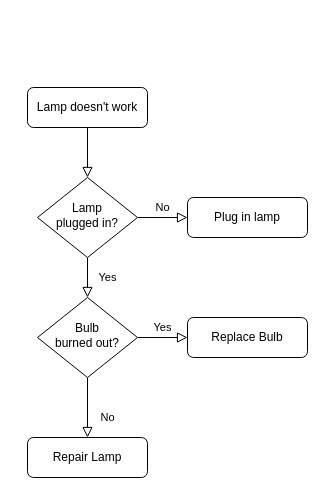
Before: Untitled Diagram.drawio in abdullahmiraz/c-sharp-diagrams, a draw.io diagram. Source tidied: cells renumbered, new cells numbered last; positions are measured from the earlier drawing's top-left corner, leaving out a move shared by most shapes. Both pictures are drawn from the tidied source at 100%, with x=0, y=0 at pixel (27, 87).
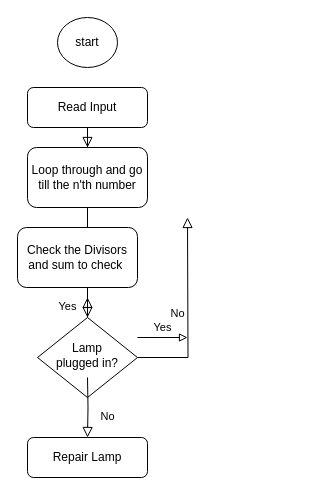
The same page after the edit.

Change to the diagram source:
```diff
@@
 <mxGraphModel>
   <root>
     <mxCell id="0" />
     <mxCell id="1" parent="0" />
-    <mxCell id="2" style="rounded=0;html=1;jettySize=auto;fontSize=11;endArrow=block;endFill=0;endSize=8;strokeWidth=1;shadow=0;labelBackgroundColor=none;edgeStyle=orthogonalEdgeStyle;" parent="1" edge="1" source="3" target="6">
+    <mxCell id="2" style="rounded=0;html=1;jettySize=auto;fontSize=11;endArrow=block;endFill=0;endSize=8;strokeWidth=1;shadow=0;labelBackgroundColor=none;edgeStyle=orthogonalEdgeStyle;" parent="1" edge="1" source="16" target="6">
       <mxGeometry relative="1" as="geometry" />
     </mxCell>
-    <mxCell id="3" value="Lamp doesn't work" style="rounded=1;whiteSpace=wrap;html=1;fontSize=12;glass=0;strokeWidth=1;shadow=0;" parent="1" vertex="1">
+    <mxCell id="3" value="Read Input" style="rounded=1;whiteSpace=wrap;html=1;fontSize=12;glass=0;strokeWidth=1;shadow=0;" parent="1" vertex="1">
       <mxGeometry width="120" height="40" as="geometry" />
     </mxCell>
-    <mxCell id="4" value="Yes" style="rounded=0;html=1;jettySize=auto;fontSize=11;endArrow=block;endFill=0;endSize=8;strokeWidth=1;shadow=0;labelBackgroundColor=none;edgeStyle=orthogonalEdgeStyle;" parent="1" edge="1" source="6" target="10">
-      <mxGeometry y="20" relative="1" as="geometry" />
+    <mxCell id="4" value="Yes" style="rounded=0;html=1;jettySize=auto;fontSize=11;endArrow=block;endFill=0;endSize=8;strokeWidth=1;shadow=0;labelBackgroundColor=none;edgeStyle=orthogonalEdgeStyle;" parent="1" edge="1" source="6">
+      <mxGeometry y="20" relative="1" as="geometry">
+        <mxPoint x="60" y="210" as="targetPoint" />
+      </mxGeometry>
     </mxCell>
-    <mxCell id="5" value="No" style="edgeStyle=orthogonalEdgeStyle;rounded=0;html=1;jettySize=auto;fontSize=11;endArrow=block;endFill=0;endSize=8;strokeWidth=1;shadow=0;labelBackgroundColor=none;" parent="1" edge="1" source="6" target="7">
-      <mxGeometry y="10" relative="1" as="geometry" />
+    <mxCell id="5" value="No" style="edgeStyle=orthogonalEdgeStyle;rounded=0;html=1;jettySize=auto;fontSize=11;endArrow=block;endFill=0;endSize=8;strokeWidth=1;shadow=0;labelBackgroundColor=none;" parent="1" edge="1" source="6">
+      <mxGeometry y="10" relative="1" as="geometry">
+        <mxPoint x="160" y="130" as="targetPoint" />
+      </mxGeometry>
     </mxCell>
     <mxCell id="6" value="Lamp&lt;br&gt;plugged in?" style="rhombus;whiteSpace=wrap;html=1;shadow=0;fontFamily=Helvetica;fontSize=12;align=center;strokeWidth=1;spacing=6;spacingTop=-4;" parent="1" vertex="1">
-      <mxGeometry x="10" y="90" width="100" height="80" as="geometry" />
+      <mxGeometry x="10" y="230" width="100" height="80" as="geometry" />
     </mxCell>
-    <mxCell id="7" value="Plug in lamp" style="rounded=1;whiteSpace=wrap;html=1;fontSize=12;glass=0;strokeWidth=1;shadow=0;" parent="1" vertex="1">
-      <mxGeometry x="160" y="110" width="120" height="40" as="geometry" />
-    </mxCell>
-    <mxCell id="8" value="No" style="rounded=0;html=1;jettySize=auto;fontSize=11;endArrow=block;endFill=0;endSize=8;strokeWidth=1;shadow=0;labelBackgroundColor=none;edgeStyle=orthogonalEdgeStyle;" parent="1" edge="1" source="10" target="11">
-      <mxGeometry x="0.33" y="20" relative="1" as="geometry" />
+    <mxCell id="8" value="No" style="rounded=0;html=1;jettySize=auto;fontSize=11;endArrow=block;endFill=0;endSize=8;strokeWidth=1;shadow=0;labelBackgroundColor=none;edgeStyle=orthogonalEdgeStyle;" parent="1" edge="1" target="11">
+      <mxGeometry x="0.33" y="20" relative="1" as="geometry">
+        <mxPoint x="60" y="290" as="sourcePoint" />
+      </mxGeometry>
     </mxCell>
-    <mxCell id="9" value="Yes" style="edgeStyle=orthogonalEdgeStyle;rounded=0;html=1;jettySize=auto;fontSize=11;endArrow=block;endFill=0;endSize=8;strokeWidth=1;shadow=0;labelBackgroundColor=none;" parent="1" edge="1" source="10" target="12">
-      <mxGeometry y="10" relative="1" as="geometry" />
+    <mxCell id="9" value="Yes" style="edgeStyle=orthogonalEdgeStyle;rounded=0;html=1;jettySize=auto;orthogonalLoop=1;fontSize=11;endArrow=block;endFill=0;strokeWidth=1;shadow=0;labelBackgroundColor=none;" parent="1" edge="1">
+      <mxGeometry y="10" relative="1" as="geometry">
+        <mxPoint x="110" y="250" as="sourcePoint" />
+        <mxPoint x="160" y="250" as="targetPoint" />
+      </mxGeometry>
     </mxCell>
-    <mxCell id="10" value="Bulb&lt;br&gt;burned out?" style="rhombus;whiteSpace=wrap;html=1;shadow=0;fontFamily=Helvetica;fontSize=12;align=center;strokeWidth=1;spacing=6;spacingTop=-4;" parent="1" vertex="1">
-      <mxGeometry x="10" y="210" width="100" height="80" as="geometry" />
-    </mxCell>
     <mxCell id="11" value="Repair Lamp" style="rounded=1;whiteSpace=wrap;html=1;fontSize=12;glass=0;strokeWidth=1;shadow=0;" parent="1" vertex="1">
       <mxGeometry y="350" width="120" height="40" as="geometry" />
     </mxCell>
-    <mxCell id="12" value="Replace Bulb" style="rounded=1;whiteSpace=wrap;html=1;fontSize=12;glass=0;strokeWidth=1;shadow=0;" parent="1" vertex="1">
-      <mxGeometry x="160" y="230" width="120" height="40" as="geometry" />
-    </mxCell>
+    <mxCell id="13" value="start" style="ellipse;whiteSpace=wrap;html=1;" parent="1" vertex="1">
+      <mxGeometry x="30" y="-70" width="60" height="50" as="geometry" />
+    </mxCell>
+    <mxCell id="14" value="Check the Divisors and sum to check&amp;nbsp;" style="rounded=1;whiteSpace=wrap;html=1;" parent="1" vertex="1">
+      <mxGeometry x="-10" y="140" width="120" height="60" as="geometry" />
+    </mxCell>
+    <mxCell id="15" style="rounded=0;html=1;jettySize=auto;fontSize=11;endArrow=block;endFill=0;endSize=8;strokeWidth=1;shadow=0;labelBackgroundColor=none;edgeStyle=orthogonalEdgeStyle;" parent="1" edge="1" source="3" target="16">
+      <mxGeometry relative="1" as="geometry" />
+    </mxCell>
+    <mxCell id="16" value="Loop through and go till the n'th number" style="rounded=1;whiteSpace=wrap;html=1;" parent="1" vertex="1">
+      <mxGeometry y="60" width="120" height="60" as="geometry" />
+    </mxCell>
   </root>
 </mxGraphModel>
```
